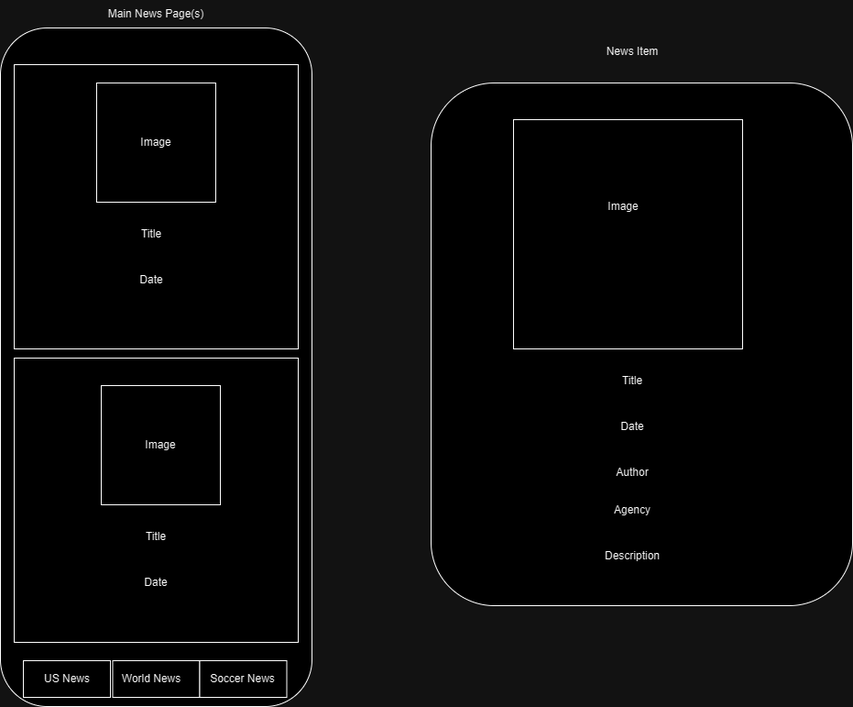
The draw.io diagram Week 10/NewsApp/docs/app Mock Up.png in vs0t/Mobile-Wireless-Apps, before a commit. Source tidied: cells renumbered, new cells last; positions are measured from the earlier drawing's top-left corner, leaving out a move shared by most shapes.
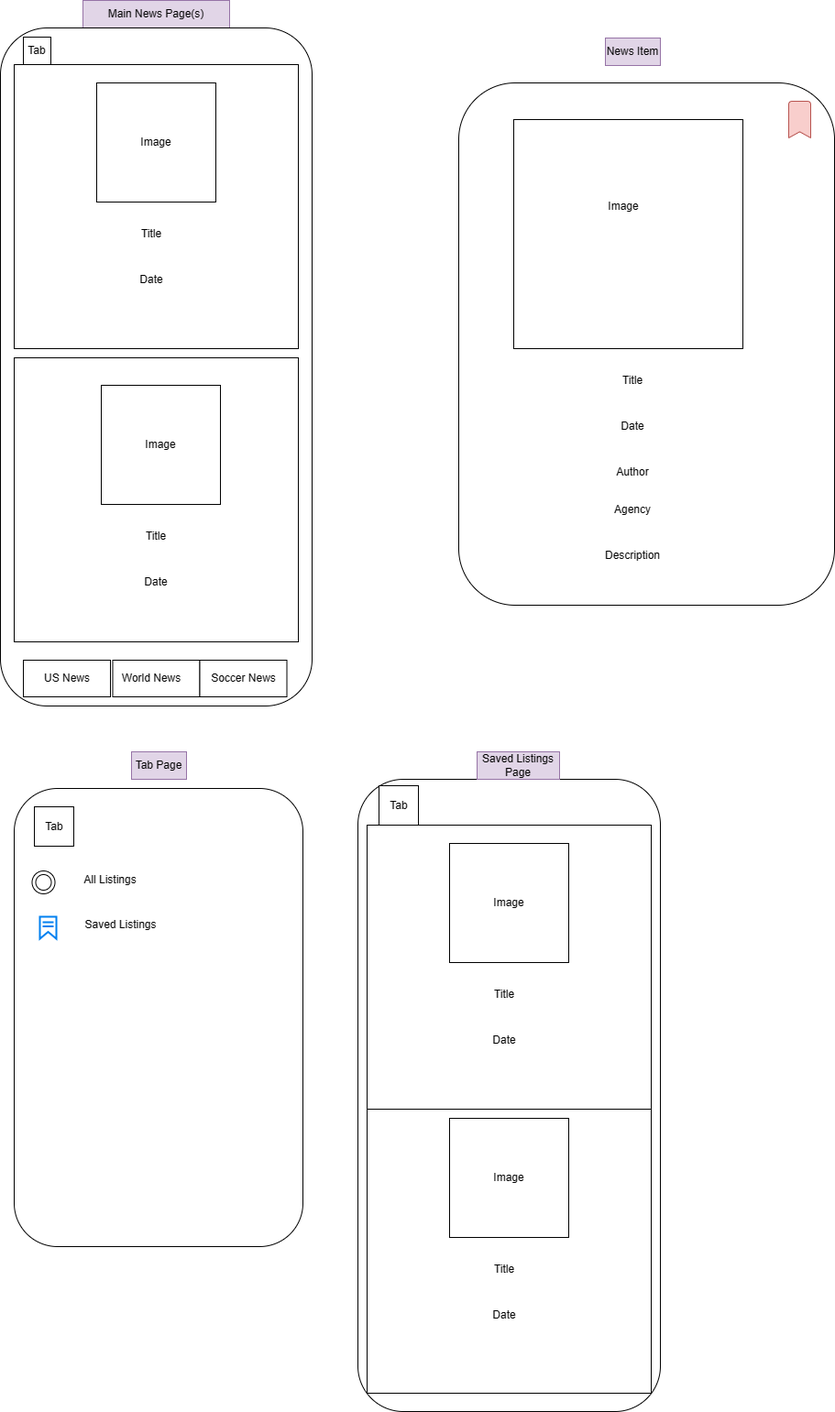
The same diagram one commit later.

Commit message:
finished app, completed mock up. saved listings works

What changed in the source:
```diff
@@ -2,7 +2,7 @@
   <root>
     <mxCell id="0" />
     <mxCell id="1" parent="0" />
-    <mxCell id="2" value="Main News Page(s)" style="text;html=1;align=center;verticalAlign=middle;whiteSpace=wrap;rounded=0;" parent="1" vertex="1">
+    <mxCell id="2" value="Main News Page(s)" style="text;html=1;align=center;verticalAlign=middle;whiteSpace=wrap;rounded=0;fillColor=#e1d5e7;strokeColor=#9673a6;" parent="1" vertex="1">
       <mxGeometry x="90" width="160" height="30" as="geometry" />
     </mxCell>
     <mxCell id="3" style="rounded=1;whiteSpace=wrap;html=1;" parent="1" vertex="1">
@@ -57,9 +57,9 @@
       <mxGeometry x="227.5" y="725" width="75" height="30" as="geometry" />
     </mxCell>
     <mxCell id="20" style="rounded=1;whiteSpace=wrap;html=1;" parent="1" vertex="1">
-      <mxGeometry x="470" y="90" width="460" height="570" as="geometry" />
+      <mxGeometry x="500" y="90" width="410" height="570" as="geometry" />
     </mxCell>
-    <mxCell id="21" value="News Item" style="text;html=1;align=center;verticalAlign=middle;whiteSpace=wrap;rounded=0;" parent="1" vertex="1">
+    <mxCell id="21" value="News Item" style="text;html=1;align=center;verticalAlign=middle;whiteSpace=wrap;rounded=0;fillColor=#e1d5e7;strokeColor=#9673a6;" parent="1" vertex="1">
       <mxGeometry x="660" y="41" width="60" height="30" as="geometry" />
     </mxCell>
     <mxCell id="22" style="whiteSpace=wrap;html=1;" parent="1" vertex="1">
@@ -83,5 +83,80 @@
     <mxCell id="28" value="Description" style="text;html=1;align=center;verticalAlign=middle;whiteSpace=wrap;rounded=0;" parent="1" vertex="1">
       <mxGeometry x="660" y="591" width="60" height="30" as="geometry" />
     </mxCell>
+    <mxCell id="29" style="whiteSpace=wrap;html=1;" parent="1" vertex="1">
+      <mxGeometry x="25" y="40" width="30" height="30" as="geometry" />
+    </mxCell>
+    <mxCell id="30" value="Tab" style="text;html=1;align=center;verticalAlign=middle;whiteSpace=wrap;rounded=0;" parent="1" vertex="1">
+      <mxGeometry x="10" y="40" width="60" height="30" as="geometry" />
+    </mxCell>
+    <mxCell id="31" style="rounded=1;whiteSpace=wrap;html=1;" parent="1" vertex="1">
+      <mxGeometry x="15" y="860" width="315" height="500" as="geometry" />
+    </mxCell>
+    <mxCell id="32" value="Tab Page" style="text;html=1;align=center;verticalAlign=middle;whiteSpace=wrap;rounded=0;fillColor=#e1d5e7;strokeColor=#9673a6;" parent="1" vertex="1">
+      <mxGeometry x="143" y="820" width="60" height="30" as="geometry" />
+    </mxCell>
+    <mxCell id="33" style="whiteSpace=wrap;html=1;" parent="1" vertex="1">
+      <mxGeometry x="37" y="880" width="43" height="43" as="geometry" />
+    </mxCell>
+    <mxCell id="34" value="Tab" style="text;html=1;align=center;verticalAlign=middle;whiteSpace=wrap;rounded=0;" parent="1" vertex="1">
+      <mxGeometry x="29" y="887" width="60" height="30" as="geometry" />
+    </mxCell>
+    <mxCell id="35" style="html=1;dashed=0;verticalLabelPosition=bottom;verticalAlign=top;align=center;shape=mxgraph.gmdl.bookmark;strokeColor=#b85450;fillColor=#f8cecc;shadow=0;sketch=0;" parent="1" vertex="1">
+      <mxGeometry x="860" y="110" width="24" height="40" as="geometry" />
+    </mxCell>
+    <mxCell id="36" style="html=1;verticalLabelPosition=bottom;align=center;labelBackgroundColor=#ffffff;verticalAlign=top;strokeWidth=2;strokeColor=#0080F0;shadow=0;dashed=0;shape=mxgraph.ios7.icons.bookmark;" parent="1" vertex="1">
+      <mxGeometry x="43" y="1000" width="18" height="24" as="geometry" />
+    </mxCell>
+    <mxCell id="37" value="Saved Listings" style="text;html=1;align=center;verticalAlign=middle;whiteSpace=wrap;rounded=0;" parent="1" vertex="1">
+      <mxGeometry x="83" y="994" width="97" height="30" as="geometry" />
+    </mxCell>
+    <mxCell id="38" style="ellipse;shape=doubleEllipse;whiteSpace=wrap;html=1;" parent="1" vertex="1">
+      <mxGeometry x="34.5" y="950" width="25" height="25" as="geometry" />
+    </mxCell>
+    <mxCell id="39" value="All Listings" style="text;html=1;align=center;verticalAlign=middle;whiteSpace=wrap;rounded=0;" parent="1" vertex="1">
+      <mxGeometry x="90" y="945" width="60" height="30" as="geometry" />
+    </mxCell>
+    <mxCell id="40" style="rounded=1;whiteSpace=wrap;html=1;" parent="1" vertex="1">
+      <mxGeometry x="390" y="850" width="330" height="690" as="geometry" />
+    </mxCell>
+    <mxCell id="41" value="Saved Listings Page" style="text;html=1;align=center;verticalAlign=middle;whiteSpace=wrap;rounded=0;fillColor=#e1d5e7;strokeColor=#9673a6;" parent="1" vertex="1">
+      <mxGeometry x="520" y="820" width="90" height="30" as="geometry" />
+    </mxCell>
+    <mxCell id="42" style="whiteSpace=wrap;html=1;" parent="1" vertex="1">
+      <mxGeometry x="400" y="900" width="310" height="310" as="geometry" />
+    </mxCell>
+    <mxCell id="43" style="whiteSpace=wrap;html=1;" parent="1" vertex="1">
+      <mxGeometry x="490" y="920" width="130" height="130" as="geometry" />
+    </mxCell>
+    <mxCell id="44" value="Image" style="text;html=1;align=center;verticalAlign=middle;whiteSpace=wrap;rounded=0;" parent="1" vertex="1">
+      <mxGeometry x="525" y="970" width="60" height="30" as="geometry" />
+    </mxCell>
+    <mxCell id="45" value="Title" style="text;html=1;align=center;verticalAlign=middle;whiteSpace=wrap;rounded=0;" parent="1" vertex="1">
+      <mxGeometry x="465" y="1070" width="170" height="30" as="geometry" />
+    </mxCell>
+    <mxCell id="46" value="Date" style="text;html=1;align=center;verticalAlign=middle;whiteSpace=wrap;rounded=0;" parent="1" vertex="1">
+      <mxGeometry x="520" y="1120" width="60" height="30" as="geometry" />
+    </mxCell>
+    <mxCell id="47" style="whiteSpace=wrap;html=1;" parent="1" vertex="1">
+      <mxGeometry x="400" y="1210" width="310" height="310" as="geometry" />
+    </mxCell>
+    <mxCell id="48" style="whiteSpace=wrap;html=1;" parent="1" vertex="1">
+      <mxGeometry x="490" y="1220" width="130" height="130" as="geometry" />
+    </mxCell>
+    <mxCell id="49" value="Image" style="text;html=1;align=center;verticalAlign=middle;whiteSpace=wrap;rounded=0;" parent="1" vertex="1">
+      <mxGeometry x="525" y="1270" width="60" height="30" as="geometry" />
+    </mxCell>
+    <mxCell id="50" value="Title" style="text;html=1;align=center;verticalAlign=middle;whiteSpace=wrap;rounded=0;" parent="1" vertex="1">
+      <mxGeometry x="465" y="1370" width="170" height="30" as="geometry" />
+    </mxCell>
+    <mxCell id="51" value="Date" style="text;html=1;align=center;verticalAlign=middle;whiteSpace=wrap;rounded=0;" parent="1" vertex="1">
+      <mxGeometry x="520" y="1420" width="60" height="30" as="geometry" />
+    </mxCell>
+    <mxCell id="52" style="whiteSpace=wrap;html=1;" parent="1" vertex="1">
+      <mxGeometry x="413" y="857" width="43" height="43" as="geometry" />
+    </mxCell>
+    <mxCell id="53" value="Tab" style="text;html=1;align=center;verticalAlign=middle;whiteSpace=wrap;rounded=0;" parent="1" vertex="1">
+      <mxGeometry x="405" y="864" width="60" height="30" as="geometry" />
+    </mxCell>
   </root>
 </mxGraphModel>
```
